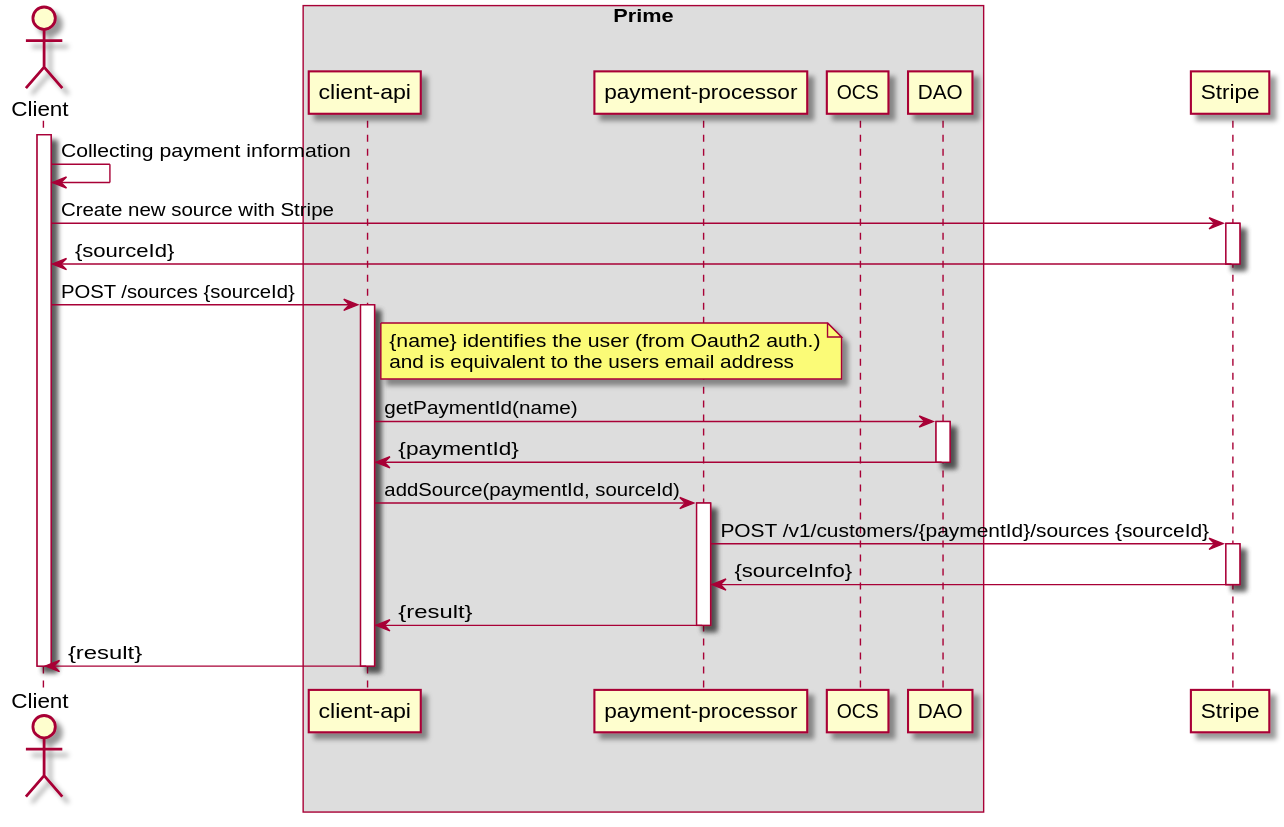
The PlantUML diagram payment-processor/doc/diagrams/create-source.svg in ostelco/ostelco-core, before a commit.
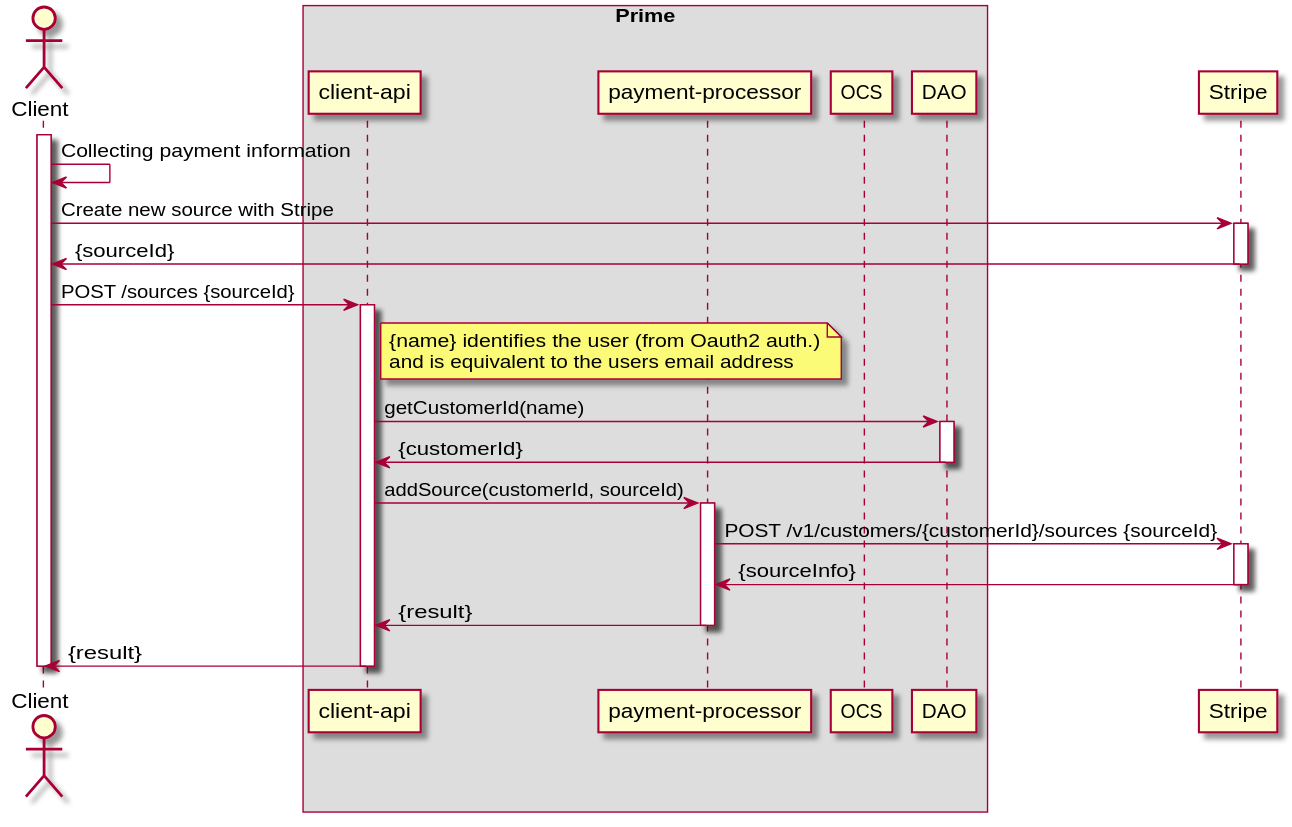
Above is the later version.

Change to the diagram source:
```diff
@@ -26,15 +26,15 @@
        and is equivalent to the users email address
     end note
 
-    "client-api" -> DAO : getPaymentId(name)
+    "client-api" -> DAO : getCustomerId(name)
     activate DAO
-    DAO -> "client-api" : {paymentId}
+    DAO -> "client-api" : {customerId}
     deactivate DAO
 
-    "client-api" -> "payment-processor" : addSource(paymentId, sourceId)
+    "client-api" -> "payment-processor" : addSource(customerId, sourceId)
     activate "payment-processor"
 
-    "payment-processor" -> Stripe : POST /v1/customers/{paymentId}/sources {sourceId}
+    "payment-processor" -> Stripe : POST /v1/customers/{customerId}/sources {sourceId}
     activate Stripe
     Stripe -> "payment-processor" : {sourceInfo}
     deactivate Stripe
```
